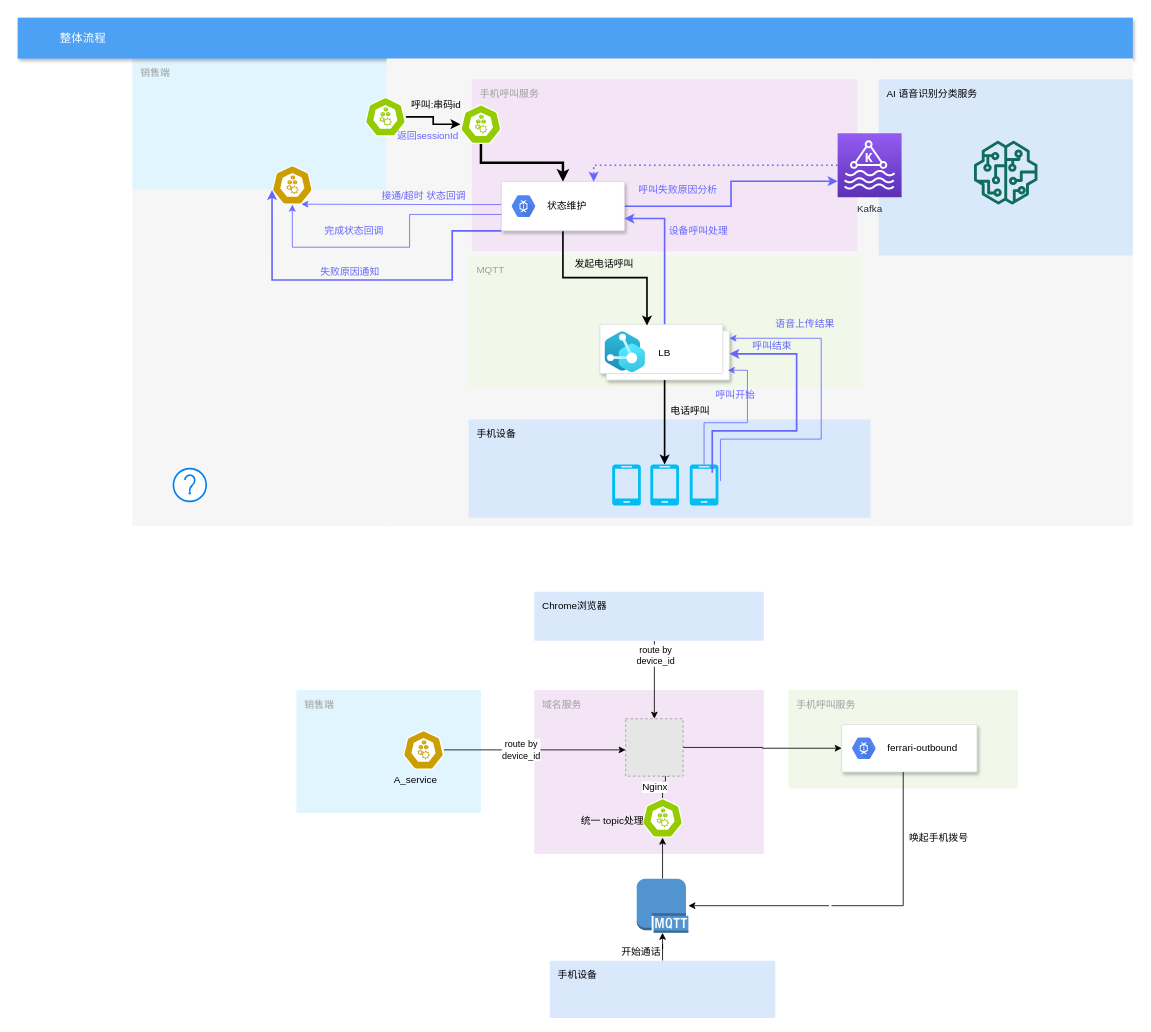
Before: craft/Copy of task_magr1.drawio in feihu618/drawio, a draw.io diagram. Source tidied: cells renumbered, new cells numbered last; positions are measured from the earlier drawing's top-left corner, leaving out a move shared by most shapes. Both pictures are drawn from the tidied source at 82%, with x=0, y=0 at pixel (17, 17). Pictures stored in the file or linked from it are replaced by grey dashed boxes.
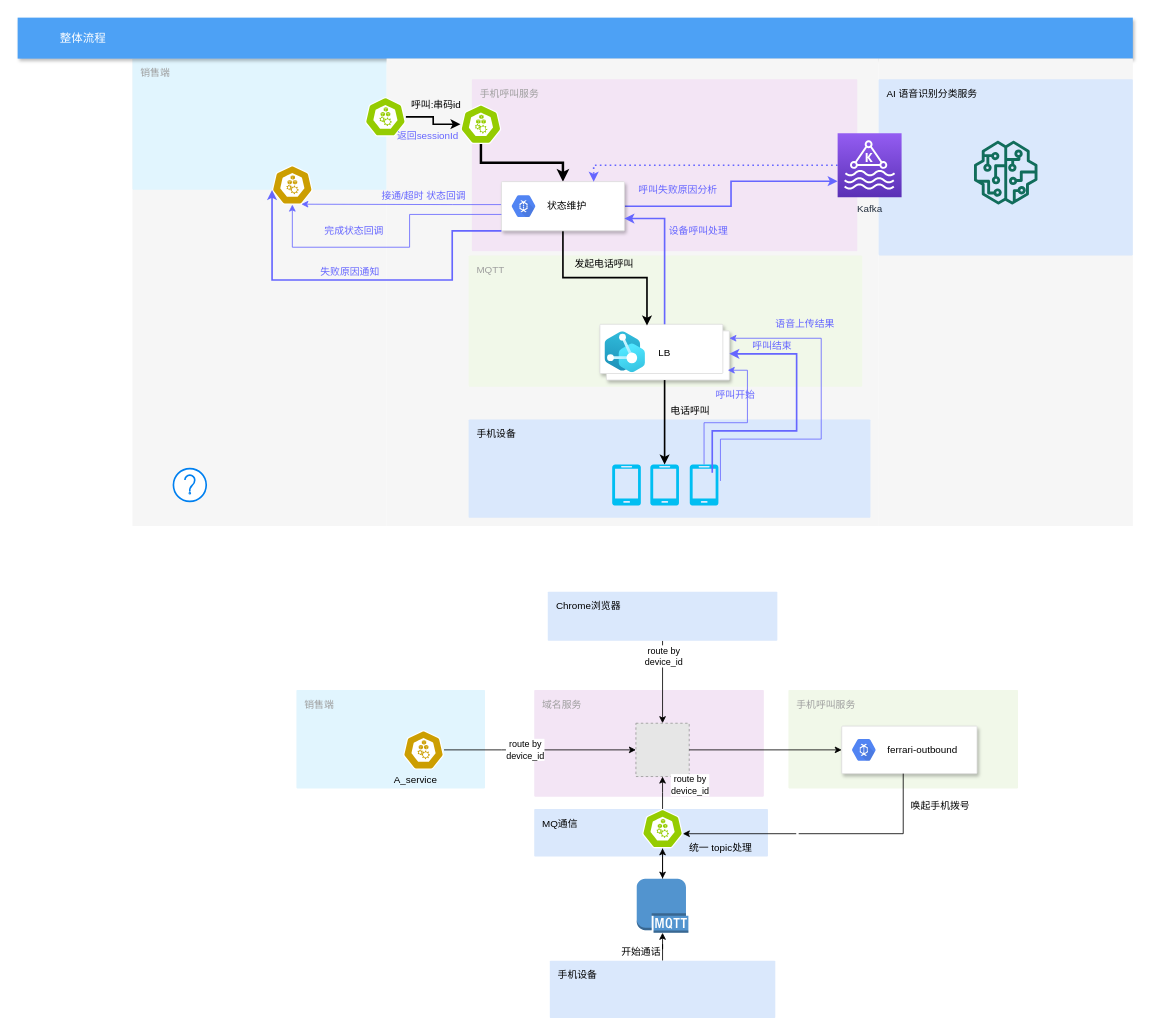
The same diagram, later.

Unchanged cells that the change refers to:
```xml
<mxCell id="65" style="outlineConnect=0;dashed=0;verticalLabelPosition=bottom;verticalAlign=top;align=center;html=1;shape=mxgraph.aws3.mqtt_protocol;fillColor=#5294CF;gradientColor=none;" parent="1" vertex="1">
  <mxGeometry x="755" y="1050" width="63" height="66" as="geometry" />
</mxCell>
```

Diff of the diagram source:
```diff
@@
     <mxCell id="51" value="销售端" style="rounded=1;absoluteArcSize=1;arcSize=2;html=1;strokeColor=none;gradientColor=none;shadow=0;dashed=0;strokeColor=none;fontSize=12;fontColor=#9E9E9E;align=left;verticalAlign=top;spacing=10;spacingTop=-4;fillColor=#E1F5FE;" parent="1" vertex="1">
-      <mxGeometry x="340" y="820" width="225" height="150" as="geometry" />
+      <mxGeometry x="340" y="820" width="230" height="120" as="geometry" />
     </mxCell>
     <mxCell id="52" value="域名服务" style="rounded=1;absoluteArcSize=1;arcSize=2;html=1;strokeColor=none;gradientColor=none;shadow=0;dashed=0;fontSize=12;fontColor=#9E9E9E;align=left;verticalAlign=top;spacing=10;spacingTop=-4;fillColor=#F3E5F5;" parent="1" vertex="1">
-      <mxGeometry x="630" y="820" width="280" height="200" as="geometry" />
+      <mxGeometry x="630" y="820" width="280" height="130" as="geometry" />
     </mxCell>
     <mxCell id="53" style="edgeStyle=orthogonalEdgeStyle;rounded=0;jettySize=auto;html=1;entryX=0.5;entryY=0;entryDx=0;entryDy=0;" parent="1" edge="1" source="55" target="63">
       <mxGeometry relative="1" as="geometry">
         <Array as="points">
-          <mxPoint x="777" y="810" />
+          <mxPoint x="787" y="790" />
+          <mxPoint x="787" y="790" />
         </Array>
       </mxGeometry>
     </mxCell>
@@
     <mxCell id="55" value="Chrome浏览器" style="rounded=1;absoluteArcSize=1;arcSize=2;html=1;strokeColor=#6c8ebf;shadow=0;dashed=0;strokeColor=none;fontSize=12;align=left;verticalAlign=top;spacing=10;spacingTop=-4;fillColor=#dae8fc;" parent="1" vertex="1">
-      <mxGeometry x="630" y="700" width="280" height="60" as="geometry" />
+      <mxGeometry x="646.5" y="700" width="280" height="60" as="geometry" />
     </mxCell>
@@
-    <mxCell id="58" style="edgeStyle=orthogonalEdgeStyle;rounded=0;jettySize=auto;html=1;entryX=0.693;entryY=0.886;entryDx=0;entryDy=0;entryPerimeter=0;" parent="1" edge="1" source="59" target="63">
+    <mxCell id="58" style="edgeStyle=orthogonalEdgeStyle;rounded=0;jettySize=auto;html=1;entryX=0.5;entryY=1;entryDx=0;entryDy=0;" parent="1" edge="1" source="59" target="63">
       <mxGeometry relative="1" as="geometry" />
     </mxCell>
-    <mxCell id="59" style="html=1;dashed=0;whitespace=wrap;fillColor=#95cc01;strokeColor=#ffffff;points=[[0.005,0.63,0],[0.1,0.2,0],[0.9,0.2,0],[0.5,0,0],[0.995,0.63,0],[0.72,0.99,0],[0.5,1,0],[0.28,0.99,0]];shape=mxgraph.kubernetes.icon;prIcon=node;" parent="1" vertex="1">
-      <mxGeometry x="761.5" y="952" width="50" height="48" as="geometry" />
-    </mxCell>
@@
-    <mxCell id="63" value="Nginx" style="fillColor=#E6E6E6;strokeColor=#999999;dashed=1;html=1;verticalAlign=top;verticalLabelPosition=bottom;labelBackgroundColor=#ffffff;" parent="1" vertex="1">
-      <mxGeometry x="741.5" y="855" width="70" height="70" as="geometry" />
+    <mxCell id="63" style="fillColor=#E6E6E6;strokeColor=#999999;dashed=1;html=1;verticalAlign=top;verticalLabelPosition=bottom;labelBackgroundColor=#ffffff;" parent="1" vertex="1">
+      <mxGeometry x="754" y="860.5" width="65" height="65" as="geometry" />
     </mxCell>
-    <mxCell id="64" style="edgeStyle=orthogonalEdgeStyle;rounded=0;jettySize=auto;html=1;entryX=0.5;entryY=1;entryDx=0;entryDy=0;entryPerimeter=0;" parent="1" edge="1" source="65" target="59">
-      <mxGeometry relative="1" as="geometry" />
-    </mxCell>
@@
     <mxCell id="67" value="唤起手机拨号" style="text;html=1;align=center;verticalAlign=middle;fillColor=none;strokeColor=none;rounded=0;" parent="1" vertex="1">
-      <mxGeometry x="1078" y="990" width="90" height="20" as="geometry" />
+      <mxGeometry x="1080" y="952" width="90" height="20" as="geometry" />
     </mxCell>
@@
-    <mxCell id="69" value="统一 topic处理" style="text;html=1;align=center;verticalAlign=middle;fillColor=none;strokeColor=none;rounded=0;" parent="1" vertex="1">
-      <mxGeometry x="680" y="970" width="90" height="20" as="geometry" />
-    </mxCell>
@@
     <mxCell id="71" style="strokeColor=#dddddd;shadow=1;strokeWidth=1;rounded=1;absoluteArcSize=1;arcSize=2;fontColor=#6666FF;" parent="1" vertex="1">
-      <mxGeometry x="1005" y="862" width="165" height="58" as="geometry" />
+      <mxGeometry x="1005" y="864" width="165" height="58" as="geometry" />
     </mxCell>
@@
+    <mxCell id="75" style="edgeStyle=orthogonalEdgeStyle;rounded=0;jettySize=auto;html=1;" parent="1" edge="1" source="63" target="71">
+      <mxGeometry relative="1" as="geometry" />
+    </mxCell>
+    <mxCell id="76" value="MQ通信" style="rounded=1;absoluteArcSize=1;arcSize=2;html=1;strokeColor=#6c8ebf;shadow=0;dashed=0;strokeColor=none;fontSize=12;align=left;verticalAlign=top;spacing=10;spacingTop=-4;fillColor=#dae8fc;" parent="1" vertex="1">
+      <mxGeometry x="630" y="965" width="285" height="58" as="geometry" />
+    </mxCell>
+    <mxCell id="77" style="edgeStyle=none;rounded=0;jettySize=auto;html=1;exitX=0.5;exitY=1;exitDx=0;exitDy=0;exitPerimeter=0;" parent="1" edge="1" source="59" target="65">
+      <mxGeometry relative="1" as="geometry" />
+    </mxCell>
+    <mxCell id="59" style="html=1;dashed=0;whitespace=wrap;fillColor=#95cc01;strokeColor=#ffffff;points=[[0.005,0.63,0],[0.1,0.2,0],[0.9,0.2,0],[0.5,0,0],[0.995,0.63,0],[0.72,0.99,0],[0.5,1,0],[0.28,0.99,0]];shape=mxgraph.kubernetes.icon;prIcon=node;" parent="1" vertex="1">
+      <mxGeometry x="761.5" y="965" width="50" height="48" as="geometry" />
+    </mxCell>
+    <mxCell id="69" value="统一 topic处理" style="text;html=1;align=center;verticalAlign=middle;fillColor=none;strokeColor=none;rounded=0;" parent="1" vertex="1">
+      <mxGeometry x="811.5" y="1003" width="90" height="20" as="geometry" />
+    </mxCell>
-    <mxCell id="73" style="edgeStyle=orthogonalEdgeStyle;rounded=0;jettySize=auto;html=1;" parent="1" edge="1" source="71" target="65">
+    <mxCell id="73" style="edgeStyle=orthogonalEdgeStyle;rounded=0;jettySize=auto;html=1;entryX=0.995;entryY=0.63;entryDx=0;entryDy=0;entryPerimeter=0;" parent="1" edge="1" source="71" target="59">
       <mxGeometry relative="1" as="geometry">
         <Array as="points">
-          <mxPoint x="1080" y="1083" />
+          <mxPoint x="1080" y="995" />
         </Array>
       </mxGeometry>
     </mxCell>
@@
-    <mxCell id="75" style="edgeStyle=orthogonalEdgeStyle;rounded=0;jettySize=auto;html=1;" parent="1" edge="1" source="63" target="71">
-      <mxGeometry relative="1" as="geometry" />
-    </mxCell>
+    <mxCell id="64" style="edgeStyle=none;rounded=0;jettySize=auto;html=1;entryX=0.5;entryY=1;entryDx=0;entryDy=0;entryPerimeter=0;" parent="1" edge="1" source="65" target="59">
+      <mxGeometry relative="1" as="geometry" />
+    </mxCell>
+    <mxCell id="78" value="route by&lt;br&gt;device_id" style="edgeLabel;html=1;align=center;verticalAlign=middle;" parent="1" vertex="1">
+      <mxGeometry x="646.5" y="902" as="geometry">
+        <mxPoint x="173" y="33" as="offset" />
+      </mxGeometry>
+    </mxCell>
```
